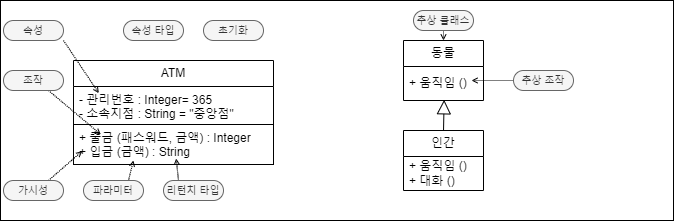
The draw.io diagram images/Class_Diagram/CD_Parts.drawio.png in Robotics-Ro/UML-study, before a commit. Source tidied: cells renumbered, new cells last; positions are measured from the earlier drawing's top-left corner, leaving out a move shared by most shapes.
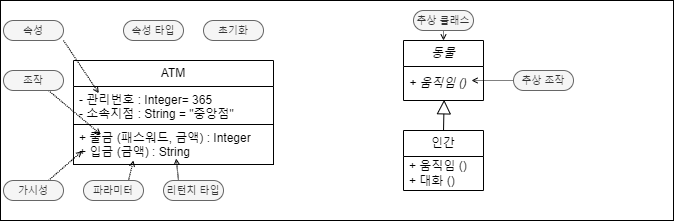
Above is the later version.

Diff of the diagram source:
```diff
@@ -58,10 +58,10 @@
     <mxCell id="17" value="리턴치 타입" style="rounded=1;whiteSpace=wrap;html=1;arcSize=50;fillColor=#f5f5f5;fontColor=#333333;strokeColor=#666666;fontSize=10;" parent="1" vertex="1">
       <mxGeometry x="163" y="180" width="60" height="20" as="geometry" />
     </mxCell>
-    <mxCell id="18" value="동물" style="swimlane;fontStyle=0;horizontal=1;startSize=26;fillColor=none;whiteSpace=wrap;html=1;" parent="1" vertex="1">
+    <mxCell id="18" value="&lt;i&gt;동물&lt;/i&gt;" style="swimlane;fontStyle=0;horizontal=1;startSize=26;fillColor=none;whiteSpace=wrap;html=1;" parent="1" vertex="1">
       <mxGeometry x="403" y="40" width="80" height="60" as="geometry" />
     </mxCell>
-    <mxCell id="19" value="+ 움직임 ()" style="text;strokeColor=none;fillColor=none;align=left;verticalAlign=middle;spacingLeft=4;spacingRight=4;overflow=hidden;points=[[0,0.5],[1,0.5]];portConstraint=eastwest;whiteSpace=wrap;html=1;" parent="18" vertex="1">
+    <mxCell id="19" value="&lt;i&gt;+ 움직임 ()&lt;/i&gt;" style="text;strokeColor=none;fillColor=none;align=left;verticalAlign=middle;spacingLeft=4;spacingRight=4;overflow=hidden;points=[[0,0.5],[1,0.5]];portConstraint=eastwest;whiteSpace=wrap;html=1;" parent="18" vertex="1">
       <mxGeometry y="26" width="80" height="34" as="geometry" />
     </mxCell>
     <mxCell id="20" style="edgeStyle=orthogonalEdgeStyle;rounded=0;jettySize=auto;html=1;exitX=0.5;exitY=0;exitDx=0;exitDy=0;entryX=0.508;entryY=0.98;entryDx=0;entryDy=0;entryPerimeter=0;endArrow=block;endFill=0;endSize=12;" parent="1" edge="1" source="21" target="19">
```
